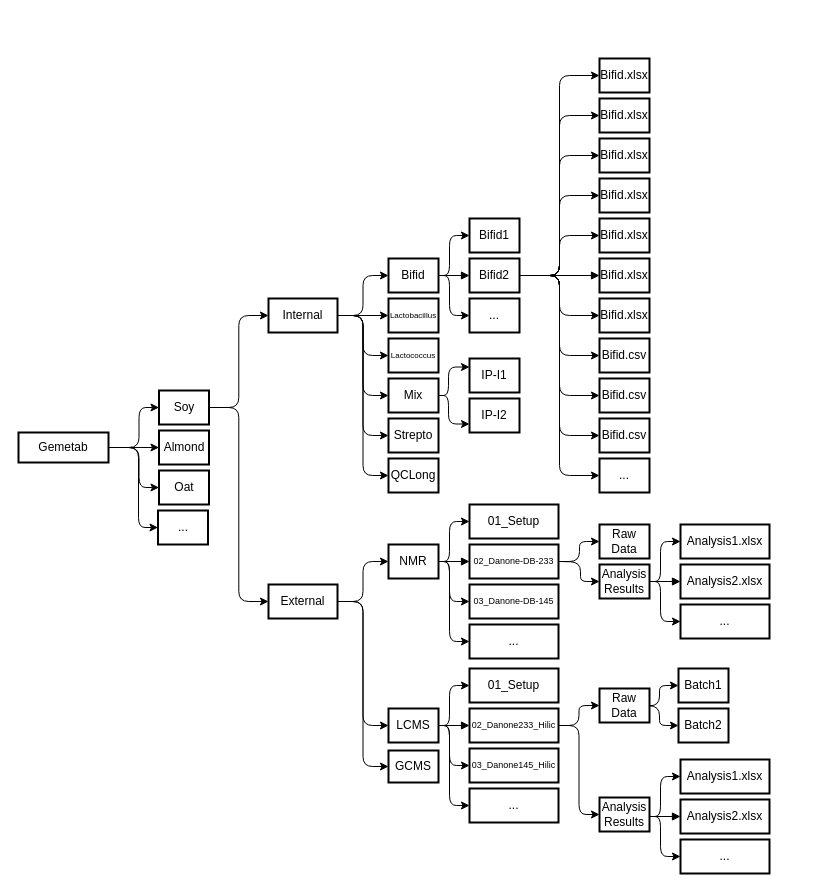
Above: Diagramme sans nom.drawio in Yoseko/first_streamlit_app (draw.io), before the change. Source tidied: cells renumbered, new cells numbered last; positions are measured from the earlier drawing's top-left corner, leaving out a move shared by most shapes. Both pictures are drawn from the tidied source at 100%, with x=0, y=0 at pixel (18, 58).
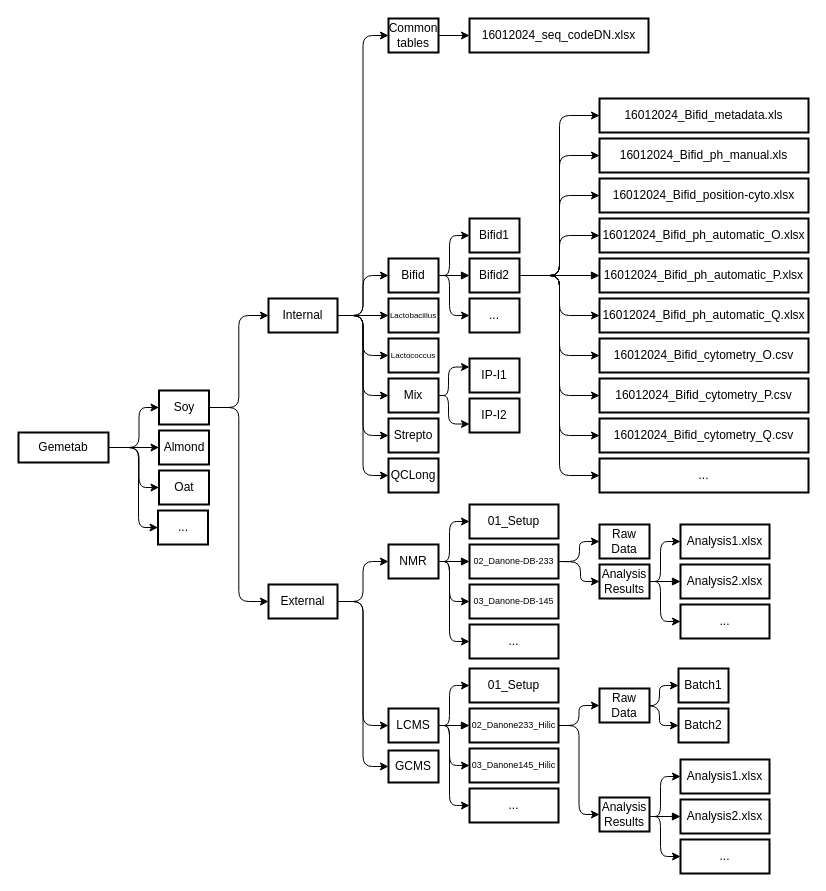
The same diagram, later.

The change refers to these unchanged cells:
```xml
<mxCell id="14" value="Internal" style="whiteSpace=wrap;strokeWidth=2;" parent="1" vertex="1">
  <mxGeometry x="250" y="240" width="69" height="34" as="geometry" />
</mxCell>
<mxCell id="69" value="Bifid2" style="whiteSpace=wrap;strokeWidth=2;" parent="1" vertex="1">
  <mxGeometry x="451" y="200" width="50" height="34" as="geometry" />
</mxCell>
```

Diff of the diagram source:
```diff
@@
+    <mxCell id="106" style="edgeStyle=orthogonalEdgeStyle;rounded=1;jettySize=auto;html=1;exitX=1;exitY=0.5;exitDx=0;exitDy=0;entryX=0;entryY=0.5;entryDx=0;entryDy=0;curved=0;" parent="1" edge="1" source="14" target="108">
+      <mxGeometry relative="1" as="geometry" />
+    </mxCell>
@@
-    <mxCell id="45" value="Bifid.xlsx" style="whiteSpace=wrap;strokeWidth=2;" parent="1" vertex="1">
-      <mxGeometry x="581" y="160" width="50" height="34" as="geometry" />
+    <mxCell id="45" value="16012024_Bifid_ph_automatic_O.xlsx" style="whiteSpace=wrap;strokeWidth=2;" parent="1" vertex="1">
+      <mxGeometry x="581" y="160" width="209" height="34" as="geometry" />
     </mxCell>
-    <mxCell id="46" value="Bifid.xlsx" style="whiteSpace=wrap;strokeWidth=2;" parent="1" vertex="1">
-      <mxGeometry x="581" y="200" width="50" height="34" as="geometry" />
+    <mxCell id="46" value="16012024_Bifid_ph_automatic_P.xlsx" style="whiteSpace=wrap;strokeWidth=2;" parent="1" vertex="1">
+      <mxGeometry x="581" y="200" width="209" height="34" as="geometry" />
     </mxCell>
@@
-    <mxCell id="48" value="Bifid.xlsx" style="whiteSpace=wrap;strokeWidth=2;" parent="1" vertex="1">
-      <mxGeometry x="581" y="240" width="50" height="34" as="geometry" />
+    <mxCell id="48" value="16012024_Bifid_ph_automatic_Q.xlsx" style="whiteSpace=wrap;strokeWidth=2;" parent="1" vertex="1">
+      <mxGeometry x="581" y="240" width="209" height="34" as="geometry" />
     </mxCell>
-    <mxCell id="49" value="Bifid.csv" style="whiteSpace=wrap;strokeWidth=2;" parent="1" vertex="1">
-      <mxGeometry x="581" y="280" width="50" height="34" as="geometry" />
+    <mxCell id="49" value="16012024_Bifid_cytometry_O.csv" style="whiteSpace=wrap;strokeWidth=2;" parent="1" vertex="1">
+      <mxGeometry x="581" y="280" width="209" height="34" as="geometry" />
     </mxCell>
-    <mxCell id="50" value="Bifid.xlsx" style="whiteSpace=wrap;strokeWidth=2;" parent="1" vertex="1">
-      <mxGeometry x="581" y="40" width="50" height="34" as="geometry" />
+    <mxCell id="50" value="16012024_Bifid_ph_manual.xls" style="whiteSpace=wrap;strokeWidth=2;" parent="1" vertex="1">
+      <mxGeometry x="581" y="80" width="209" height="34" as="geometry" />
     </mxCell>
-    <mxCell id="51" value="Bifid.xlsx" style="whiteSpace=wrap;strokeWidth=2;" parent="1" vertex="1">
-      <mxGeometry x="581" y="80" width="50" height="34" as="geometry" />
+    <mxCell id="51" value="16012024_seq_codeDN.xlsx" style="whiteSpace=wrap;strokeWidth=2;" parent="1" vertex="1">
+      <mxGeometry x="451" y="-40" width="179" height="34" as="geometry" />
     </mxCell>
-    <mxCell id="52" value="Bifid.xlsx" style="whiteSpace=wrap;strokeWidth=2;" parent="1" vertex="1">
-      <mxGeometry x="581" y="120" width="50" height="34" as="geometry" />
+    <mxCell id="52" value="16012024_Bifid_position-cyto.xlsx" style="whiteSpace=wrap;strokeWidth=2;" parent="1" vertex="1">
+      <mxGeometry x="581" y="120" width="209" height="34" as="geometry" />
     </mxCell>
-    <mxCell id="53" value="Bifid.csv" style="whiteSpace=wrap;strokeWidth=2;" parent="1" vertex="1">
-      <mxGeometry x="581" y="360" width="50" height="34" as="geometry" />
+    <mxCell id="53" value="16012024_Bifid_cytometry_Q.csv" style="whiteSpace=wrap;strokeWidth=2;" parent="1" vertex="1">
+      <mxGeometry x="581" y="360" width="209" height="34" as="geometry" />
     </mxCell>
-    <mxCell id="54" value="Bifid.csv" style="whiteSpace=wrap;strokeWidth=2;" parent="1" vertex="1">
-      <mxGeometry x="581" y="320" width="50" height="34" as="geometry" />
+    <mxCell id="54" value="16012024_Bifid_cytometry_P.csv" style="whiteSpace=wrap;strokeWidth=2;" parent="1" vertex="1">
+      <mxGeometry x="581" y="320" width="209" height="34" as="geometry" />
     </mxCell>
-    <mxCell id="55" value="Bifid.xlsx" style="whiteSpace=wrap;strokeWidth=2;" parent="1" vertex="1">
-      <mxGeometry x="581" width="50" height="34" as="geometry" />
+    <mxCell id="55" value="16012024_Bifid_metadata.xls" style="whiteSpace=wrap;strokeWidth=2;" parent="1" vertex="1">
+      <mxGeometry x="581" y="40" width="209" height="34" as="geometry" />
     </mxCell>
     <mxCell id="56" value="..." style="whiteSpace=wrap;strokeWidth=2;" parent="1" vertex="1">
-      <mxGeometry x="581" y="400" width="50" height="34" as="geometry" />
+      <mxGeometry x="581" y="400" width="209" height="34" as="geometry" />
     </mxCell>
@@
-    <mxCell id="62" style="edgeStyle=orthogonalEdgeStyle;rounded=1;jettySize=auto;html=1;exitX=1;exitY=0.5;exitDx=0;exitDy=0;entryX=0;entryY=0.5;entryDx=0;entryDy=0;curved=0;" parent="1" edge="1" source="69" target="51">
-      <mxGeometry relative="1" as="geometry" />
-    </mxCell>
@@
+    <mxCell id="107" style="edgeStyle=orthogonalEdgeStyle;rounded=0;jettySize=auto;html=1;exitX=1;exitY=0.5;exitDx=0;exitDy=0;entryX=0;entryY=0.5;entryDx=0;entryDy=0;" parent="1" edge="1" source="108" target="51">
+      <mxGeometry relative="1" as="geometry" />
+    </mxCell>
+    <mxCell id="108" value="Common tables" style="whiteSpace=wrap;strokeWidth=2;" parent="1" vertex="1">
+      <mxGeometry x="370" y="-40" width="50" height="34" as="geometry" />
+    </mxCell>
```
